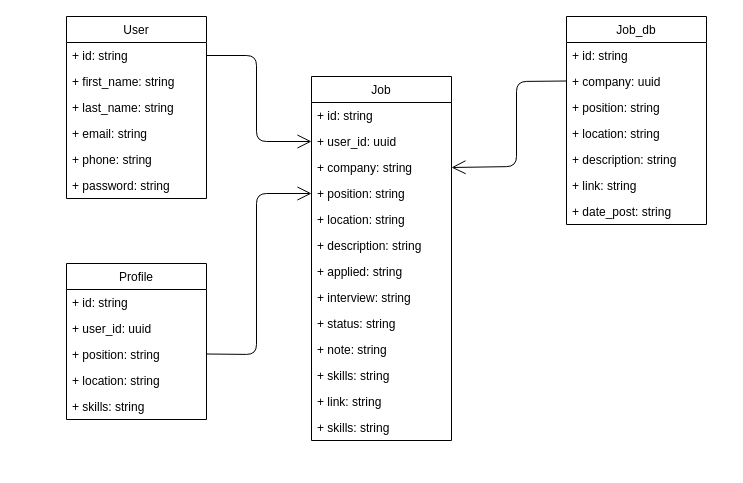
This is page "Object design" (1 of 5) of career_path_diagram.drawio from hcheung01/Career_path, a draw.io file, before an edit. Source tidied: cells renumbered, new cells numbered last; positions are measured from the earlier drawing's top-left corner, leaving out a move shared by most shapes. Both pictures are drawn from the tidied source at 100%, with x=0, y=0 at pixel (66, 16).
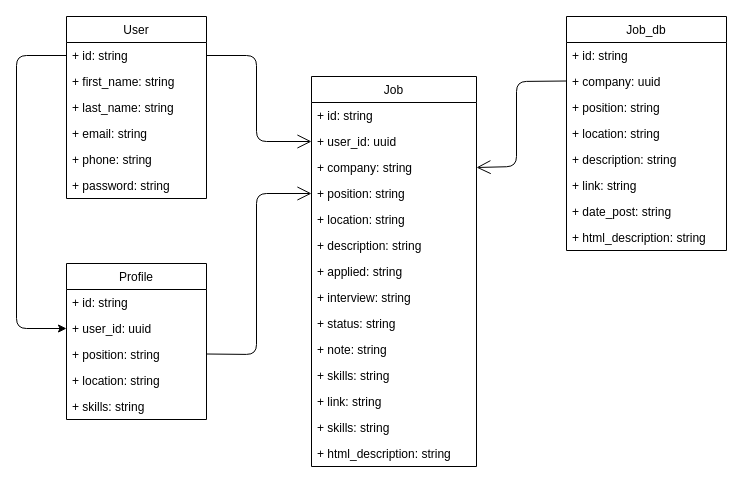
After the change.

Unchanged cells that the change refers to:
```xml
<mxCell id="3" value="+ id: string" style="text;strokeColor=none;fillColor=none;align=left;verticalAlign=top;spacingLeft=4;spacingRight=4;overflow=hidden;points=[[0,0.5],[1,0.5]];portConstraint=eastwest;" parent="2" vertex="1">
  <mxGeometry y="26" width="140" height="26" as="geometry" />
</mxCell>
<mxCell id="11" value="+ user_id: uuid" style="text;strokeColor=none;fillColor=none;align=left;verticalAlign=top;spacingLeft=4;spacingRight=4;overflow=hidden;points=[[0,0.5],[1,0.5]];portConstraint=eastwest;" parent="9" vertex="1">
  <mxGeometry y="52" width="140" height="26" as="geometry" />
</mxCell>
```

What changed in the source:
```diff
@@
     <mxCell id="15" value="Job" style="swimlane;fontStyle=0;horizontal=1;startSize=26;fillColor=none;" parent="1" vertex="1">
-      <mxGeometry x="245" y="60" width="140" height="364" as="geometry" />
+      <mxGeometry x="245" y="60" width="165" height="390" as="geometry" />
     </mxCell>
     <mxCell id="16" value="+ id: string" style="text;strokeColor=none;fillColor=none;align=left;verticalAlign=top;spacingLeft=4;spacingRight=4;overflow=hidden;" parent="15" vertex="1">
-      <mxGeometry y="26" width="140" height="26" as="geometry" />
+      <mxGeometry y="26" width="165" height="26" as="geometry" />
     </mxCell>
     <mxCell id="17" value="+ user_id: uuid" style="text;strokeColor=none;fillColor=none;align=left;verticalAlign=top;spacingLeft=4;spacingRight=4;overflow=hidden;points=[[0,0.5],[1,0.5]];portConstraint=eastwest;" parent="15" vertex="1">
-      <mxGeometry y="52" width="140" height="26" as="geometry" />
+      <mxGeometry y="52" width="165" height="26" as="geometry" />
     </mxCell>
     <mxCell id="18" value="+ company: string" style="text;strokeColor=none;fillColor=none;align=left;verticalAlign=top;spacingLeft=4;spacingRight=4;overflow=hidden;points=[[0,0.5],[1,0.5]];portConstraint=eastwest;" parent="15" vertex="1">
-      <mxGeometry y="78" width="140" height="26" as="geometry" />
+      <mxGeometry y="78" width="165" height="26" as="geometry" />
     </mxCell>
     <mxCell id="19" value="+ position: string" style="text;strokeColor=none;fillColor=none;align=left;verticalAlign=top;spacingLeft=4;spacingRight=4;overflow=hidden;points=[[0,0.5],[1,0.5]];portConstraint=eastwest;" parent="15" vertex="1">
-      <mxGeometry y="104" width="140" height="26" as="geometry" />
+      <mxGeometry y="104" width="165" height="26" as="geometry" />
     </mxCell>
     <mxCell id="20" value="+ location: string" style="text;strokeColor=none;fillColor=none;align=left;verticalAlign=top;spacingLeft=4;spacingRight=4;overflow=hidden;" parent="15" vertex="1">
-      <mxGeometry y="130" width="140" height="26" as="geometry" />
+      <mxGeometry y="130" width="165" height="26" as="geometry" />
     </mxCell>
     <mxCell id="21" value="+ description: string" style="text;strokeColor=none;fillColor=none;align=left;verticalAlign=top;spacingLeft=4;spacingRight=4;overflow=hidden;" parent="15" vertex="1">
-      <mxGeometry y="156" width="140" height="26" as="geometry" />
+      <mxGeometry y="156" width="165" height="26" as="geometry" />
     </mxCell>
     <mxCell id="22" value="+ applied: string" style="text;strokeColor=none;fillColor=none;align=left;verticalAlign=top;spacingLeft=4;spacingRight=4;overflow=hidden;" parent="15" vertex="1">
-      <mxGeometry y="182" width="140" height="26" as="geometry" />
+      <mxGeometry y="182" width="165" height="26" as="geometry" />
     </mxCell>
     <mxCell id="23" value="+ interview: string" style="text;strokeColor=none;fillColor=none;align=left;verticalAlign=top;spacingLeft=4;spacingRight=4;overflow=hidden;" parent="15" vertex="1">
-      <mxGeometry y="208" width="140" height="26" as="geometry" />
+      <mxGeometry y="208" width="165" height="26" as="geometry" />
     </mxCell>
     <mxCell id="24" value="+ status: string" style="text;strokeColor=none;fillColor=none;align=left;verticalAlign=top;spacingLeft=4;spacingRight=4;overflow=hidden;" parent="15" vertex="1">
-      <mxGeometry y="234" width="140" height="26" as="geometry" />
+      <mxGeometry y="234" width="165" height="26" as="geometry" />
     </mxCell>
     <mxCell id="25" value="+ note: string" style="text;strokeColor=none;fillColor=none;align=left;verticalAlign=top;spacingLeft=4;spacingRight=4;overflow=hidden;" parent="15" vertex="1">
-      <mxGeometry y="260" width="140" height="26" as="geometry" />
+      <mxGeometry y="260" width="165" height="26" as="geometry" />
     </mxCell>
@@
     <mxCell id="27" value="+ skills: string" style="text;strokeColor=none;fillColor=none;align=left;verticalAlign=top;spacingLeft=4;spacingRight=4;overflow=hidden;" parent="15" vertex="1">
-      <mxGeometry y="286" width="140" height="26" as="geometry" />
+      <mxGeometry y="286" width="165" height="26" as="geometry" />
     </mxCell>
     <mxCell id="28" value="+ link: string" style="text;strokeColor=none;fillColor=none;align=left;verticalAlign=top;spacingLeft=4;spacingRight=4;overflow=hidden;" parent="15" vertex="1">
-      <mxGeometry y="312" width="140" height="26" as="geometry" />
+      <mxGeometry y="312" width="165" height="26" as="geometry" />
     </mxCell>
     <mxCell id="29" value="+ skills: string" style="text;strokeColor=none;fillColor=none;align=left;verticalAlign=top;spacingLeft=4;spacingRight=4;overflow=hidden;" parent="15" vertex="1">
-      <mxGeometry y="338" width="140" height="26" as="geometry" />
+      <mxGeometry y="338" width="165" height="26" as="geometry" />
     </mxCell>
+    <mxCell id="40" value="+ html_description: string" style="text;strokeColor=none;fillColor=none;align=left;verticalAlign=top;spacingLeft=4;spacingRight=4;overflow=hidden;" parent="15" vertex="1">
+      <mxGeometry y="364" width="165" height="26" as="geometry" />
+    </mxCell>
     <mxCell id="30" value="Job_db" style="swimlane;fontStyle=0;horizontal=1;startSize=26;fillColor=none;" parent="1" vertex="1">
-      <mxGeometry x="500" width="140" height="208" as="geometry" />
+      <mxGeometry x="500" width="160" height="234" as="geometry" />
     </mxCell>
     <mxCell id="31" value="+ id: string" style="text;strokeColor=none;fillColor=none;align=left;verticalAlign=top;spacingLeft=4;spacingRight=4;overflow=hidden;" parent="30" vertex="1">
-      <mxGeometry y="26" width="140" height="26" as="geometry" />
+      <mxGeometry y="26" width="160" height="26" as="geometry" />
     </mxCell>
     <mxCell id="32" value="+ company: uuid" style="text;strokeColor=none;fillColor=none;align=left;verticalAlign=top;spacingLeft=4;spacingRight=4;overflow=hidden;" parent="30" vertex="1">
-      <mxGeometry y="52" width="140" height="26" as="geometry" />
+      <mxGeometry y="52" width="160" height="26" as="geometry" />
     </mxCell>
     <mxCell id="33" value="+ position: string" style="text;strokeColor=none;fillColor=none;align=left;verticalAlign=top;spacingLeft=4;spacingRight=4;overflow=hidden;" parent="30" vertex="1">
-      <mxGeometry y="78" width="140" height="26" as="geometry" />
+      <mxGeometry y="78" width="160" height="26" as="geometry" />
     </mxCell>
     <mxCell id="34" value="+ location: string" style="text;strokeColor=none;fillColor=none;align=left;verticalAlign=top;spacingLeft=4;spacingRight=4;overflow=hidden;" parent="30" vertex="1">
-      <mxGeometry y="104" width="140" height="26" as="geometry" />
+      <mxGeometry y="104" width="160" height="26" as="geometry" />
     </mxCell>
     <mxCell id="35" value="+ description: string" style="text;strokeColor=none;fillColor=none;align=left;verticalAlign=top;spacingLeft=4;spacingRight=4;overflow=hidden;" parent="30" vertex="1">
-      <mxGeometry y="130" width="140" height="26" as="geometry" />
+      <mxGeometry y="130" width="160" height="26" as="geometry" />
     </mxCell>
     <mxCell id="36" value="+ link: string" style="text;strokeColor=none;fillColor=none;align=left;verticalAlign=top;spacingLeft=4;spacingRight=4;overflow=hidden;" parent="30" vertex="1">
-      <mxGeometry y="156" width="140" height="26" as="geometry" />
+      <mxGeometry y="156" width="160" height="26" as="geometry" />
     </mxCell>
     <mxCell id="37" value="+ date_post: string" style="text;strokeColor=none;fillColor=none;align=left;verticalAlign=top;spacingLeft=4;spacingRight=4;overflow=hidden;" parent="30" vertex="1">
-      <mxGeometry y="182" width="140" height="26" as="geometry" />
+      <mxGeometry y="182" width="160" height="26" as="geometry" />
     </mxCell>
+    <mxCell id="41" value="+ html_description: string" style="text;strokeColor=none;fillColor=none;align=left;verticalAlign=top;spacingLeft=4;spacingRight=4;overflow=hidden;" parent="30" vertex="1">
+      <mxGeometry y="208" width="160" height="26" as="geometry" />
+    </mxCell>
@@
+    <mxCell id="42" style="endArrow=classic;html=1;entryX=0;entryY=0.5;entryDx=0;entryDy=0;exitX=0;exitY=0.5;exitDx=0;exitDy=0;" parent="1" edge="1" source="3" target="11">
+      <mxGeometry relative="1" as="geometry">
+        <Array as="points">
+          <mxPoint x="-50" y="39" />
+          <mxPoint x="-50" y="312" />
+        </Array>
+      </mxGeometry>
+    </mxCell>
```
